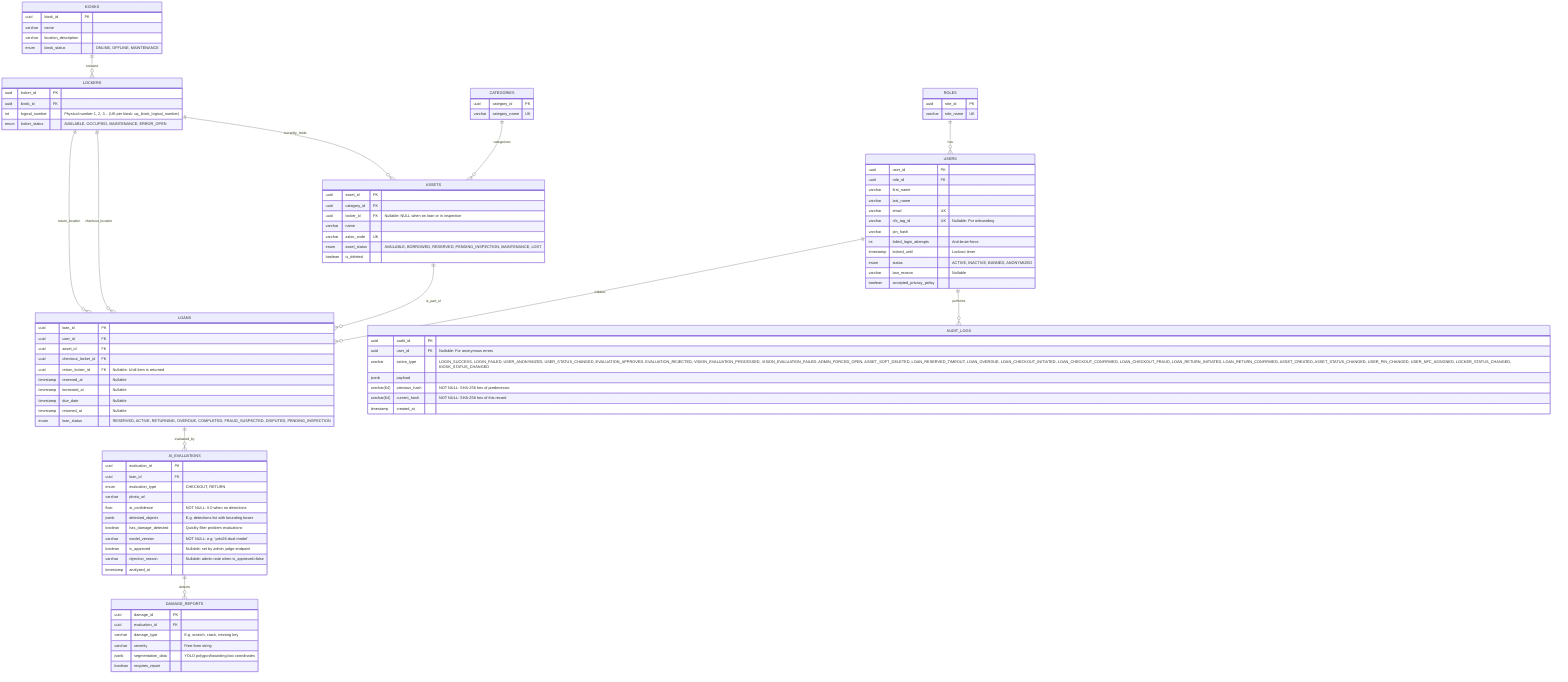
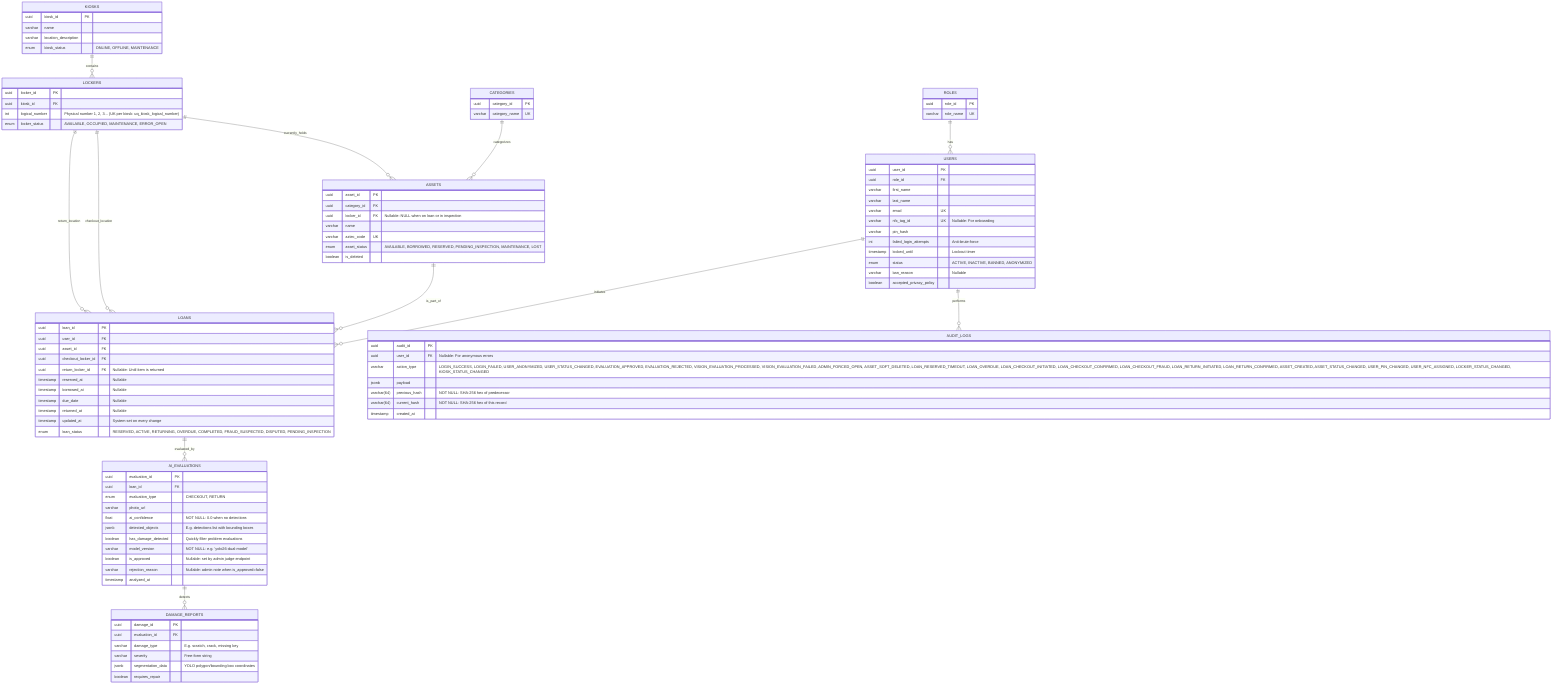
erDiagram
    %% Lookup Tables
    ROLES ||--o{ USERS : has
    CATEGORIES ||--o{ ASSETS : categorizes

    %% Infrastructure
    KIOSKS ||--o{ LOCKERS : contains
    LOCKERS ||--o{ ASSETS : currently_holds

    %% Transactions
    USERS ||--o{ LOANS : initiates
    ASSETS ||--o{ LOANS : is_part_of
    LOCKERS ||--o{ LOANS : checkout_location
    LOCKERS ||--o{ LOANS : return_location

    %% Analyses, Security & AI
    LOANS ||--o{ AI_EVALUATIONS : evaluated_by
    AI_EVALUATIONS ||--o{ DAMAGE_REPORTS : detects
    USERS ||--o{ AUDIT_LOGS : performs

    ROLES {
        uuid role_id PK
        varchar role_name UK
    }

    CATEGORIES {
        uuid category_id PK
        varchar category_name UK
    }

    USERS {
        uuid user_id PK
        uuid role_id FK
        varchar first_name
        varchar last_name
        varchar email UK
        varchar nfc_tag_id UK "Nullable: For onboarding"
        varchar pin_hash
        int failed_login_attempts "Anti-brute-force"
        timestamp locked_until "Lockout timer"
        enum status "ACTIVE, INACTIVE, BANNED, ANONYMIZED"
        varchar ban_reason "Nullable"
        boolean accepted_privacy_policy
    }

    KIOSKS {
        uuid kiosk_id PK
        varchar name
        varchar location_description
        enum kiosk_status "ONLINE, OFFLINE, MAINTENANCE"
    }

    LOCKERS {
        uuid locker_id PK
        uuid kiosk_id FK
        int logical_number "Physical number 1, 2, 3... (UK per kiosk: uq_kiosk_logical_number)"
        enum locker_status "AVAILABLE, OCCUPIED, MAINTENANCE, ERROR_OPEN"
    }

    ASSETS {
        uuid asset_id PK
        uuid category_id FK
        uuid locker_id FK "Nullable: NULL when on loan or in inspection"
        varchar name
        varchar aztec_code UK
        enum asset_status "AVAILABLE, BORROWED, RESERVED, PENDING_INSPECTION, MAINTENANCE, LOST"
        boolean is_deleted
    }

    LOANS {
        uuid loan_id PK
        uuid user_id FK
        uuid asset_id FK
        uuid checkout_locker_id FK
        uuid return_locker_id FK "Nullable: Until item is returned"
        timestamp reserved_at "Nullable"
        timestamp borrowed_at "Nullable"
        timestamp due_date "Nullable"
        timestamp returned_at "Nullable"
+         timestamp updated_at "System set on every change"
        enum loan_status "RESERVED, ACTIVE, RETURNING, OVERDUE, COMPLETED, FRAUD_SUSPECTED, DISPUTED, PENDING_INSPECTION"
    }
    %% (*) RETURNING is a pre-vision mutex set by POST /api/v1/loans/return/initiate.
    %%     It prevents duplicate return initiations and is enforced by POST /api/v1/vision/analyze
    %%     (409 if loan_status != RETURNING for a RETURN evaluation).

    AI_EVALUATIONS {
        uuid evaluation_id PK
        uuid loan_id FK
        enum evaluation_type "CHECKOUT, RETURN"
        varchar photo_url
        float ai_confidence "NOT NULL: 0.0 when no detections"
        jsonb detected_objects "E.g. detections list with bounding boxes"
        boolean has_damage_detected "Quickly filter problem evaluations"
        varchar model_version "NOT NULL: e.g. 'yolo26-dual-model'"
        boolean is_approved "Nullable: set by admin judge endpoint"
        varchar rejection_reason "Nullable: admin note when is_approved=false"
        timestamp analyzed_at
    }

    DAMAGE_REPORTS {
        uuid damage_id PK
        uuid evaluation_id FK
        varchar damage_type "E.g. scratch, crack, missing key"
        varchar severity "Free-form string"
        jsonb segmentation_data "YOLO polygon/bounding box coordinates"
        boolean requires_repair
    }

    AUDIT_LOGS {
        uuid audit_id PK
        uuid user_id FK "Nullable: For anonymous errors"
        varchar action_type "LOGIN_SUCCESS, LOGIN_FAILED, USER_ANONYMIZED, USER_STATUS_CHANGED, EVALUATION_APPROVED, EVALUATION_REJECTED, VISION_EVALUATION_PROCESSED, VISION_EVALUATION_FAILED, ADMIN_FORCED_OPEN, ASSET_SOFT_DELETED, LOAN_RESERVED_TIMEOUT, LOAN_OVERDUE, LOAN_CHECKOUT_INITIATED, LOAN_CHECKOUT_CONFIRMED, LOAN_CHECKOUT_FRAUD, LOAN_RETURN_INITIATED, LOAN_RETURN_CONFIRMED, ASSET_CREATED, ASSET_STATUS_CHANGED, USER_PIN_CHANGED, USER_NFC_ASSIGNED, LOCKER_STATUS_CHANGED, KIOSK_STATUS_CHANGED"
        jsonb payload
        varchar(64) previous_hash "NOT NULL: SHA-256 hex of predecessor"
        varchar(64) current_hash "NOT NULL: SHA-256 hex of this record"
        timestamp created_at
    }
